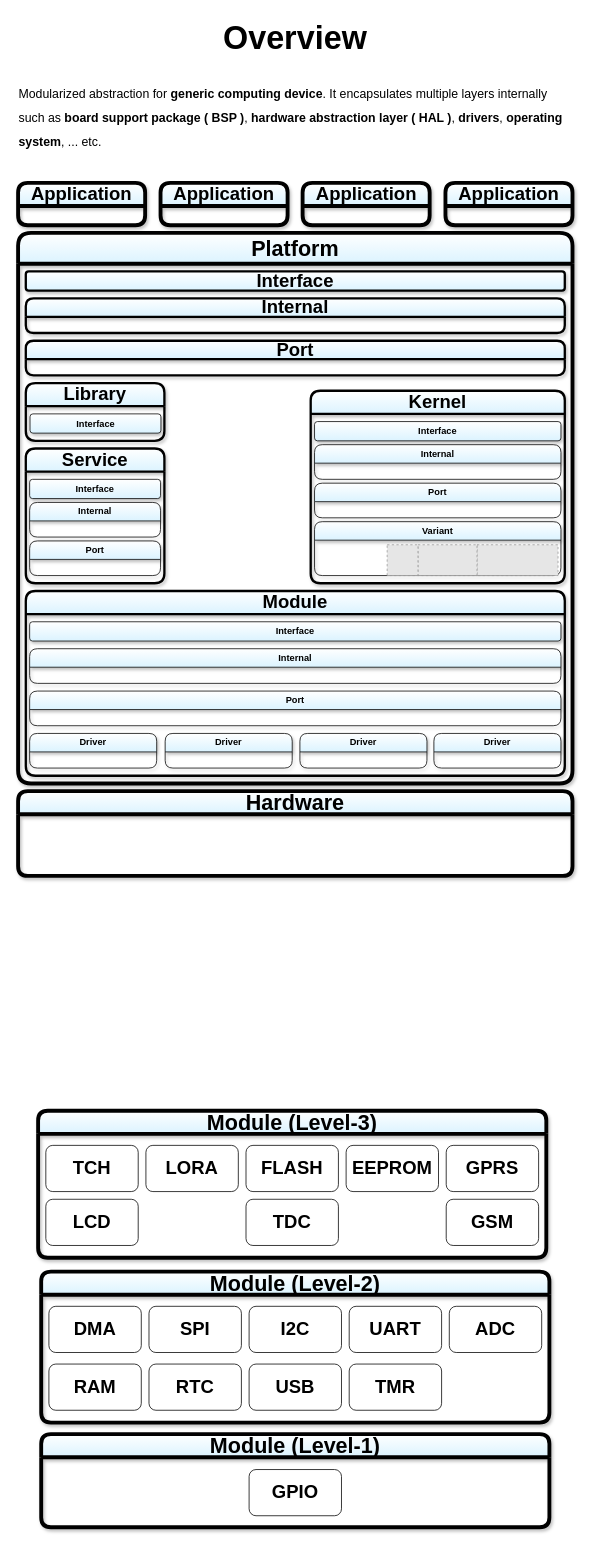
Before: page "Overview" (1 of 6) of Platform.drawio in bassem-mostafa/Platform, a draw.io diagram. Source tidied: cells renumbered, new cells numbered last; positions are measured from the earlier drawing's top-left corner, leaving out a move shared by most shapes. Both pictures are drawn from the tidied source at 77%, with x=0, y=0 at pixel (18, 13). Pictures stored in the file or linked from it are replaced by grey dashed boxes.
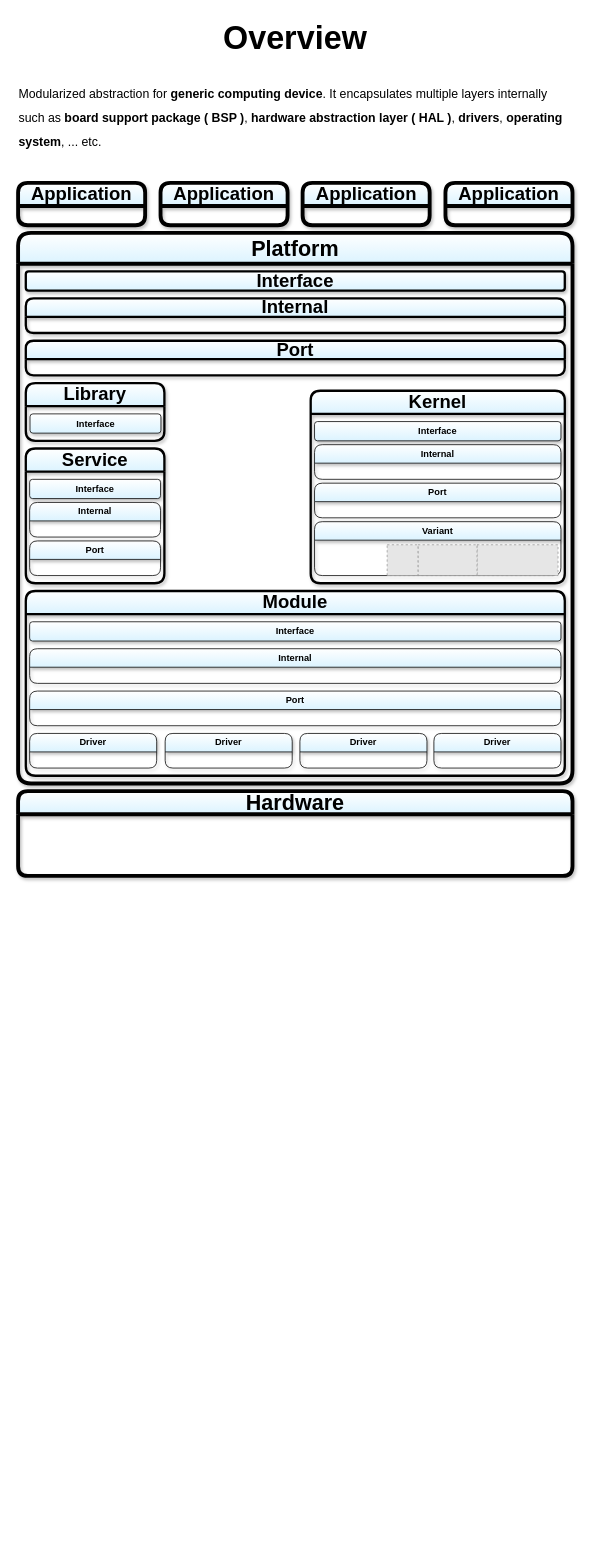
Above is the later version.

What changed in the source:
```diff
@@
-    <mxCell id="34" value="&lt;div&gt;&lt;font style=&quot;font-size: 28px;&quot;&gt;Module (Level-1)&lt;/font&gt;&lt;/div&gt;" style="swimlane;whiteSpace=wrap;html=1;rounded=1;arcSize=14;startSize=30;glass=0;shadow=1;gradientColor=#DBF3FF;rotation=0;strokeWidth=5;perimeterSpacing=0;strokeColor=default;" parent="1" vertex="1">
-      <mxGeometry x="30" y="1845" width="660" height="121" as="geometry" />
-    </mxCell>
-    <mxCell id="35" value="GPIO" style="rounded=1;whiteSpace=wrap;html=1;fontSize=24;fontStyle=1;" parent="34" vertex="1">
-      <mxGeometry x="270" y="46" width="120" height="60" as="geometry" />
-    </mxCell>
-    <mxCell id="36" value="&lt;div&gt;&lt;font style=&quot;font-size: 28px;&quot;&gt;Module (Level-2)&lt;/font&gt;&lt;/div&gt;" style="swimlane;whiteSpace=wrap;html=1;rounded=1;arcSize=14;startSize=30;glass=0;shadow=1;gradientColor=#DBF3FF;rotation=0;strokeWidth=5;perimeterSpacing=0;strokeColor=default;" parent="1" vertex="1">
-      <mxGeometry x="30" y="1634" width="660" height="196" as="geometry" />
-    </mxCell>
-    <mxCell id="37" value="DMA" style="rounded=1;whiteSpace=wrap;html=1;fontSize=24;fontStyle=1;" parent="36" vertex="1">
-      <mxGeometry x="10" y="45" width="120" height="60" as="geometry" />
-    </mxCell>
-    <mxCell id="38" value="SPI" style="rounded=1;whiteSpace=wrap;html=1;fontSize=24;fontStyle=1;" parent="36" vertex="1">
-      <mxGeometry x="140" y="45" width="120" height="60" as="geometry" />
-    </mxCell>
-    <mxCell id="39" value="I2C" style="rounded=1;whiteSpace=wrap;html=1;fontSize=24;fontStyle=1;" parent="36" vertex="1">
-      <mxGeometry x="270" y="45" width="120" height="60" as="geometry" />
-    </mxCell>
-    <mxCell id="40" value="UART" style="rounded=1;whiteSpace=wrap;html=1;fontSize=24;fontStyle=1;" parent="36" vertex="1">
-      <mxGeometry x="400" y="45" width="120" height="60" as="geometry" />
-    </mxCell>
-    <mxCell id="41" value="ADC" style="rounded=1;whiteSpace=wrap;html=1;fontSize=24;fontStyle=1;" parent="36" vertex="1">
-      <mxGeometry x="530" y="45" width="120" height="60" as="geometry" />
-    </mxCell>
-    <mxCell id="42" value="RAM" style="rounded=1;whiteSpace=wrap;html=1;fontSize=24;fontStyle=1;" parent="36" vertex="1">
-      <mxGeometry x="10" y="120" width="120" height="60" as="geometry" />
-    </mxCell>
-    <mxCell id="43" value="RTC" style="rounded=1;whiteSpace=wrap;html=1;fontSize=24;fontStyle=1;" parent="36" vertex="1">
-      <mxGeometry x="140" y="120" width="120" height="60" as="geometry" />
-    </mxCell>
-    <mxCell id="44" value="USB" style="rounded=1;whiteSpace=wrap;html=1;fontSize=24;fontStyle=1;" parent="36" vertex="1">
-      <mxGeometry x="270" y="120" width="120" height="60" as="geometry" />
-    </mxCell>
-    <mxCell id="45" value="TMR" style="rounded=1;whiteSpace=wrap;html=1;fontSize=24;fontStyle=1;" parent="36" vertex="1">
-      <mxGeometry x="400" y="120" width="120" height="60" as="geometry" />
-    </mxCell>
-    <mxCell id="46" value="&lt;div&gt;&lt;font style=&quot;font-size: 28px;&quot;&gt;Module (Level-3)&lt;/font&gt;&lt;/div&gt;" style="swimlane;whiteSpace=wrap;html=1;rounded=1;arcSize=14;startSize=30;glass=0;shadow=1;gradientColor=#DBF3FF;rotation=0;strokeWidth=5;perimeterSpacing=0;strokeColor=default;" parent="1" vertex="1">
-      <mxGeometry x="26" y="1425" width="660" height="191" as="geometry" />
-    </mxCell>
-    <mxCell id="47" value="TCH" style="rounded=1;whiteSpace=wrap;html=1;fontSize=24;fontStyle=1;" parent="46" vertex="1">
-      <mxGeometry x="10" y="45" width="120" height="60" as="geometry" />
-    </mxCell>
-    <mxCell id="48" value="LORA" style="rounded=1;whiteSpace=wrap;html=1;fontSize=24;fontStyle=1;" parent="46" vertex="1">
-      <mxGeometry x="140" y="45" width="120" height="60" as="geometry" />
-    </mxCell>
-    <mxCell id="49" value="FLASH" style="rounded=1;whiteSpace=wrap;html=1;fontSize=24;fontStyle=1;" parent="46" vertex="1">
-      <mxGeometry x="270" y="45" width="120" height="60" as="geometry" />
-    </mxCell>
-    <mxCell id="50" value="EEPROM" style="rounded=1;whiteSpace=wrap;html=1;fontSize=24;fontStyle=1;" parent="46" vertex="1">
-      <mxGeometry x="400" y="45" width="120" height="60" as="geometry" />
-    </mxCell>
-    <mxCell id="51" value="GSM" style="rounded=1;whiteSpace=wrap;html=1;fontSize=24;fontStyle=1;" parent="46" vertex="1">
-      <mxGeometry x="530" y="115" width="120" height="60" as="geometry" />
-    </mxCell>
-    <mxCell id="52" value="LCD" style="rounded=1;whiteSpace=wrap;html=1;fontSize=24;fontStyle=1;" parent="46" vertex="1">
-      <mxGeometry x="10" y="115" width="120" height="60" as="geometry" />
-    </mxCell>
-    <mxCell id="53" value="GPRS" style="rounded=1;whiteSpace=wrap;html=1;fontSize=24;fontStyle=1;" parent="46" vertex="1">
-      <mxGeometry x="530" y="45" width="120" height="60" as="geometry" />
-    </mxCell>
-    <mxCell id="54" value="TDC" style="rounded=1;whiteSpace=wrap;html=1;fontSize=24;fontStyle=1;" parent="46" vertex="1">
-      <mxGeometry x="270" y="115" width="120" height="60" as="geometry" />
-    </mxCell>
```
